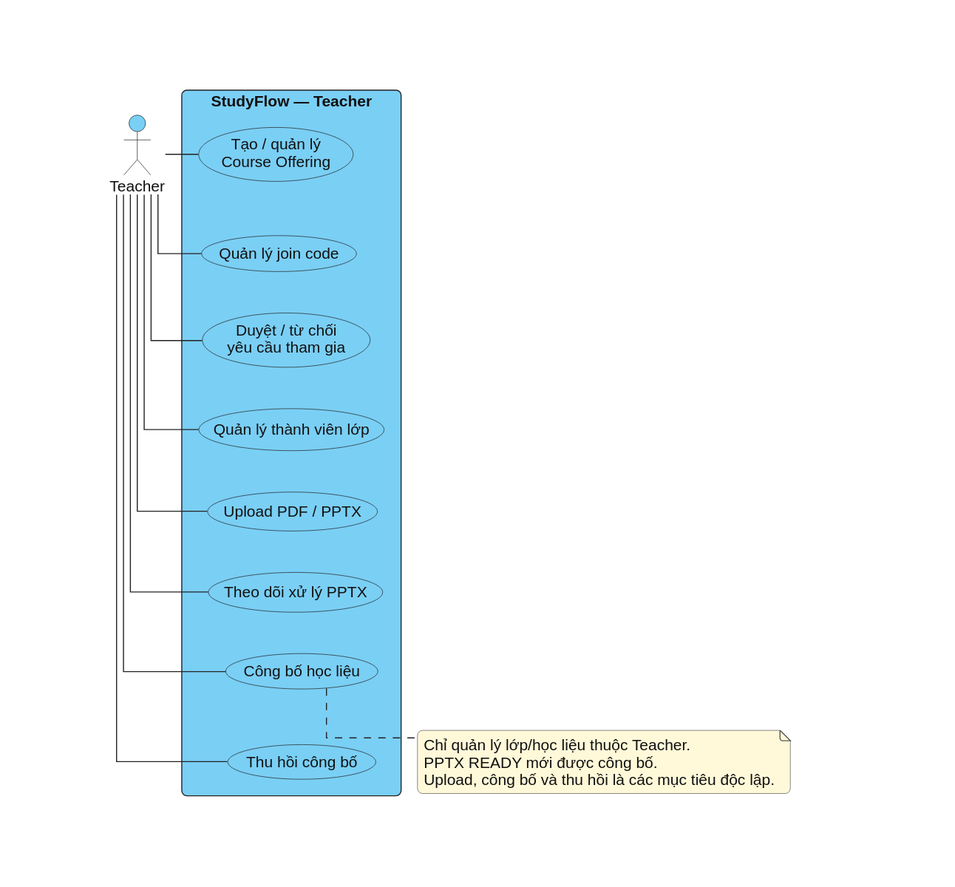
bch7504/DATN keeps this PlantUML diagram as docs/diagrams/chuong-2/use-case-03-teacher.svg. Above is the earlier version.
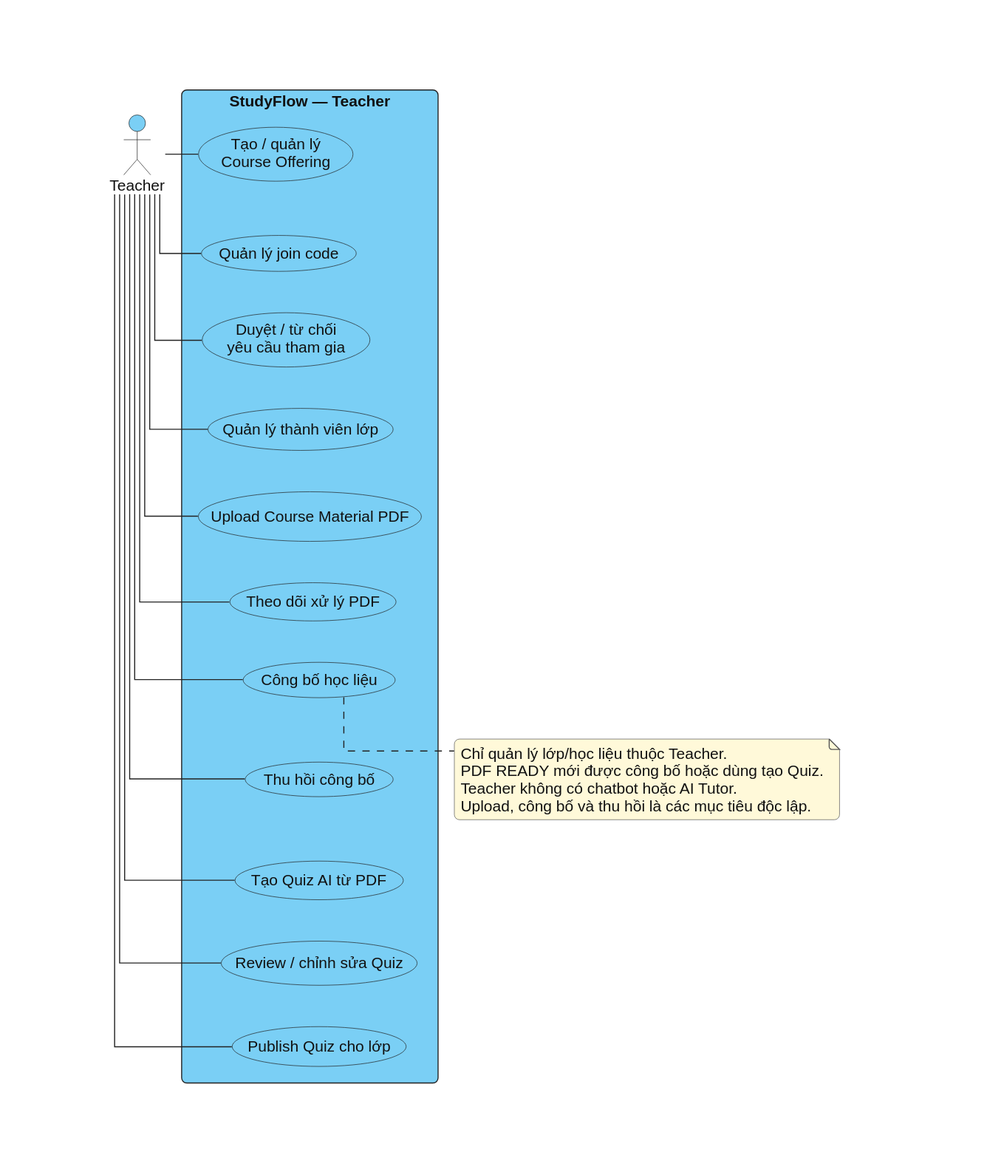
Above is the later version.

Change to the diagram source:
```diff
@@ -28,16 +28,22 @@
 usecase "Quản lý join code" as code
 usecase "Duyệt / từ chối\nyêu cầu tham gia" as enrollment
 usecase "Quản lý thành viên lớp" as members
-usecase "Upload PDF / PPTX" as upload
-usecase "Theo dõi xử lý PPTX" as processing
+usecase "Upload Course Material PDF" as upload
+usecase "Theo dõi xử lý PDF" as processing
 usecase "Công bố học liệu" as publish
 usecase "Thu hồi công bố" as revoke
+usecase "Tạo Quiz AI từ PDF" as generate
+usecase "Review / chỉnh sửa Quiz" as review
+usecase "Publish Quiz cho lớp" as publishQuiz
 course -[hidden]down-> code
 code -[hidden]down-> enrollment
 enrollment -[hidden]down-> members
 upload -[hidden]down-> processing
 processing -[hidden]down-> publish
 publish -[hidden]down-> revoke
+revoke -[hidden]down-> generate
+generate -[hidden]down-> review
+review -[hidden]down-> publishQuiz
 members -[hidden]down-> upload
 }
 Teacher -right- course
@@ -48,9 +54,13 @@
 Teacher -[norank]- processing
 Teacher -[norank]- publish
 Teacher -[norank]- revoke
+Teacher -[norank]- generate
+Teacher -[norank]- review
+Teacher -[norank]- publishQuiz
 note bottom of publish
 Chỉ quản lý lớp/học liệu thuộc Teacher.
-PPTX READY mới được công bố.
+PDF READY mới được công bố hoặc dùng tạo Quiz.
+Teacher không có chatbot hoặc AI Tutor.
 Upload, công bố và thu hồi là các mục tiêu độc lập.
 end note
 @enduml
```
